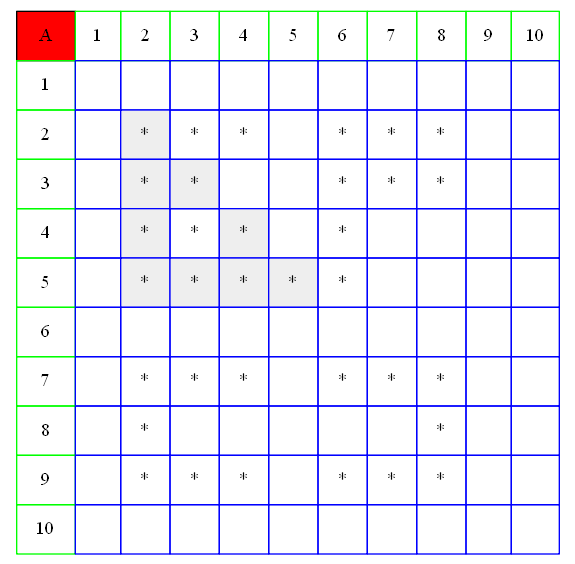
AbidelLux/Proyecto02_1S2021IPC2_JAMES keeps this Graphviz diagram as Resultado.dot.png. Above is the earlier version. Its source is kept beside it as Resultado.dot.
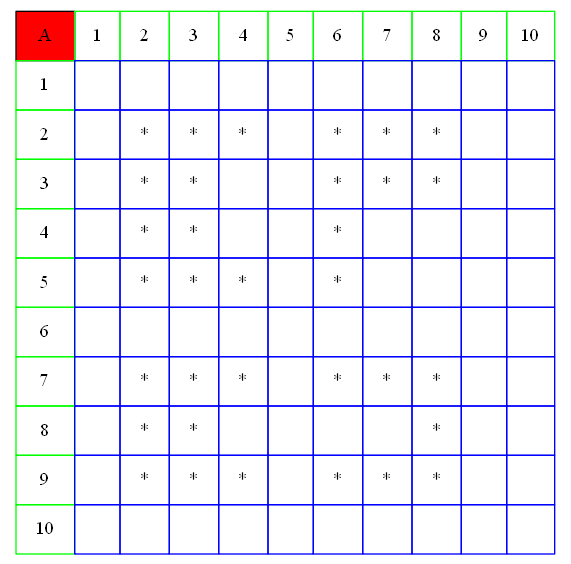
Above is the later version.

The edit, as a diff of the source:
```diff
@@ -7,13 +7,13 @@
 		<table border="0" color="green" cellpadding="10" cellborder="1" cellspacing="0">
 	<tr><td bgcolor = "red" color="black"> A </td><td color="green">1</td><td color="green">2</td><td color="green">3</td><td color="green">4</td><td color="green">5</td><td color="green">6</td><td color="green">7</td><td color="green">8</td><td color="green">9</td><td color="green">10</td></tr>
 			<tr><td color="green"> 1 </td><td color="blue">   </td><td color="blue">   </td><td color="blue">   </td><td color="blue">   </td><td color="blue">   </td><td color="blue">   </td><td color="blue">   </td><td color="blue">   </td><td color="blue">   </td><td color="blue">   </td></tr>
-			<tr><td color="green"> 2 </td><td color="blue">   </td><td color="blue" bgcolor="#eeeeee"> * </td><td color="blue"> * </td><td color="blue"> * </td><td color="blue">   </td><td color="blue"> * </td><td color="blue"> * </td><td color="blue"> * </td><td color="blue">   </td><td color="blue">   </td></tr>
-			<tr><td color="green"> 3 </td><td color="blue">   </td><td color="blue" bgcolor="#eeeeee"> * </td><td color="blue" bgcolor="#eeeeee"> * </td><td color="blue">   </td><td color="blue">   </td><td color="blue"> * </td><td color="blue"> * </td><td color="blue"> * </td><td color="blue">   </td><td color="blue">   </td></tr>
-			<tr><td color="green"> 4 </td><td color="blue">   </td><td color="blue" bgcolor="#eeeeee"> * </td><td color="blue"> * </td><td color="blue" bgcolor="#eeeeee"> * </td><td color="blue">   </td><td color="blue"> * </td><td color="blue">   </td><td color="blue">   </td><td color="blue">   </td><td color="blue">   </td></tr>
-			<tr><td color="green"> 5 </td><td color="blue">   </td><td color="blue" bgcolor="#eeeeee"> * </td><td color="blue" bgcolor="#eeeeee"> * </td><td color="blue" bgcolor="#eeeeee"> * </td><td color="blue" bgcolor="#eeeeee"> * </td><td color="blue"> * </td><td color="blue">   </td><td color="blue">   </td><td color="blue">   </td><td color="blue">   </td></tr>
+			<tr><td color="green"> 2 </td><td color="blue">   </td><td color="blue"> * </td><td color="blue"> * </td><td color="blue"> * </td><td color="blue">   </td><td color="blue"> * </td><td color="blue"> * </td><td color="blue"> * </td><td color="blue">   </td><td color="blue">   </td></tr>
+			<tr><td color="green"> 3 </td><td color="blue">   </td><td color="blue"> * </td><td color="blue"> * </td><td color="blue">   </td><td color="blue">   </td><td color="blue"> * </td><td color="blue"> * </td><td color="blue"> * </td><td color="blue">   </td><td color="blue">   </td></tr>
+			<tr><td color="green"> 4 </td><td color="blue">   </td><td color="blue"> * </td><td color="blue"> * </td><td color="blue">   </td><td color="blue">   </td><td color="blue"> * </td><td color="blue">   </td><td color="blue">   </td><td color="blue">   </td><td color="blue">   </td></tr>
+			<tr><td color="green"> 5 </td><td color="blue">   </td><td color="blue"> * </td><td color="blue"> * </td><td color="blue"> * </td><td color="blue">   </td><td color="blue"> * </td><td color="blue">   </td><td color="blue">   </td><td color="blue">   </td><td color="blue">   </td></tr>
 			<tr><td color="green"> 6 </td><td color="blue">   </td><td color="blue">   </td><td color="blue">   </td><td color="blue">   </td><td color="blue">   </td><td color="blue">   </td><td color="blue">   </td><td color="blue">   </td><td color="blue">   </td><td color="blue">   </td></tr>
 			<tr><td color="green"> 7 </td><td color="blue">   </td><td color="blue"> * </td><td color="blue"> * </td><td color="blue"> * </td><td color="blue">   </td><td color="blue"> * </td><td color="blue"> * </td><td color="blue"> * </td><td color="blue">   </td><td color="blue">   </td></tr>
-			<tr><td color="green"> 8 </td><td color="blue">   </td><td color="blue"> * </td><td color="blue">   </td><td color="blue">   </td><td color="blue">   </td><td color="blue">   </td><td color="blue">   </td><td color="blue"> * </td><td color="blue">   </td><td color="blue">   </td></tr>
+			<tr><td color="green"> 8 </td><td color="blue">   </td><td color="blue"> * </td><td color="blue"> * </td><td color="blue">   </td><td color="blue">   </td><td color="blue">   </td><td color="blue">   </td><td color="blue"> * </td><td color="blue">   </td><td color="blue">   </td></tr>
 			<tr><td color="green"> 9 </td><td color="blue">   </td><td color="blue"> * </td><td color="blue"> * </td><td color="blue"> * </td><td color="blue">   </td><td color="blue"> * </td><td color="blue"> * </td><td color="blue"> * </td><td color="blue">   </td><td color="blue">   </td></tr>
 			<tr><td color="green"> 10 </td><td color="blue">   </td><td color="blue">   </td><td color="blue">   </td><td color="blue">   </td><td color="blue">   </td><td color="blue">   </td><td color="blue">   </td><td color="blue">   </td><td color="blue">   </td><td color="blue">   </td></tr>
 			</table>
```
